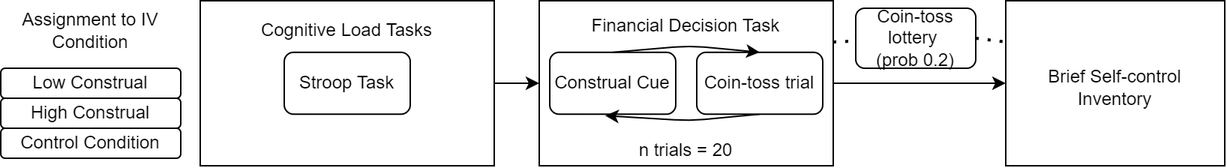
christopherjwilson/reimagined-funicular keeps this draw.io diagram as content/slides/bps2022/img/construal_study1_seq.drawio.png. Above is the earlier version. Source tidied: cells renumbered, new cells last; positions are measured from the earlier drawing's top-left corner, leaving out a move shared by most shapes.
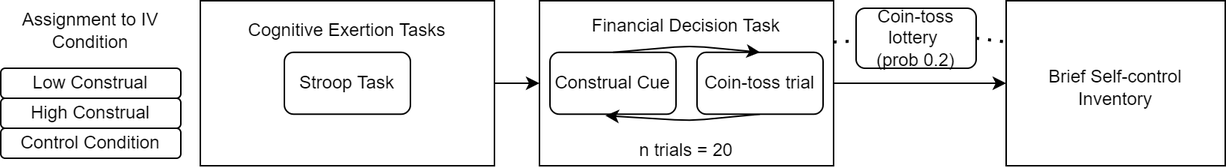
After the commit.

The edit, as a diff of the source:
```diff
@@ -11,7 +11,7 @@
     <mxCell id="4" value="Stroop Task" style="rounded=1;whiteSpace=wrap;html=1;" parent="2" vertex="1">
       <mxGeometry x="56" y="34.4" width="84" height="41.2" as="geometry" />
     </mxCell>
-    <mxCell id="5" value="Cognitive Load Tasks" style="text;html=1;strokeColor=none;fillColor=none;align=center;verticalAlign=middle;whiteSpace=wrap;rounded=0;" parent="2" vertex="1">
+    <mxCell id="5" value="Cognitive Exertion Tasks" style="text;html=1;strokeColor=none;fillColor=none;align=center;verticalAlign=middle;whiteSpace=wrap;rounded=0;" parent="2" vertex="1">
       <mxGeometry x="7" y="10" width="182" height="20.6" as="geometry" />
     </mxCell>
     <mxCell id="6" style="group;" parent="1" vertex="1">
```
